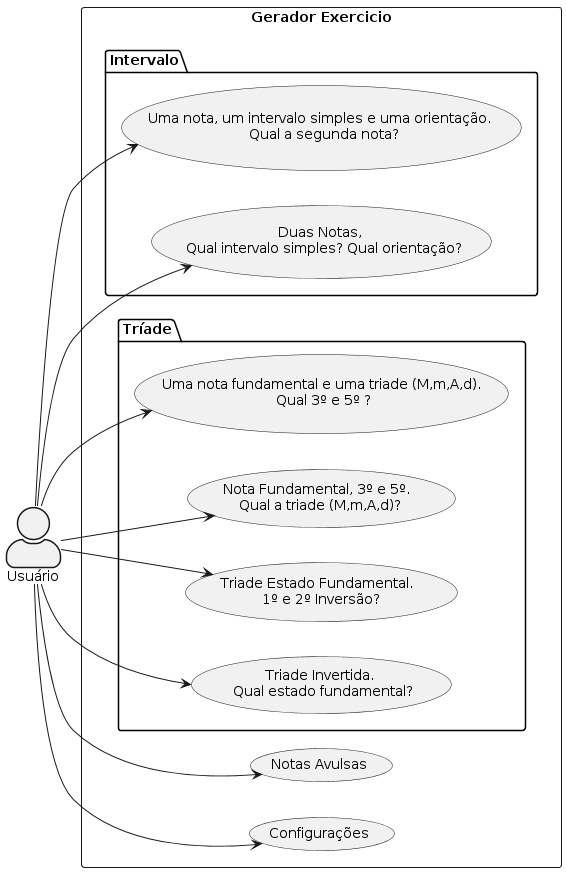
Above: c++/projects/notas/documetation/usecase.png in marcuswlima/learning (PlantUML), before the change.
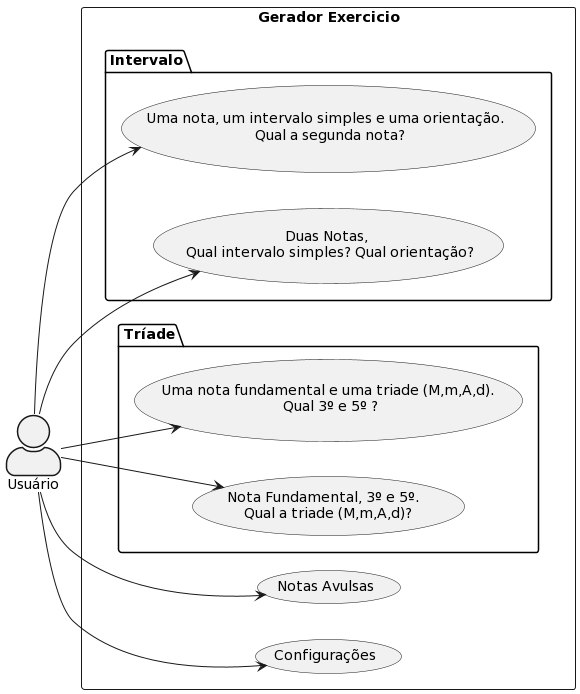
Above is the later version.

Change to the diagram source:
```diff
@@ -10,8 +10,6 @@
     Package "Tríade"{
      "Uma nota fundamental e uma triade (M,m,A,d).\n Qual 3º e 5º ?" as (Use03)
      "Nota Fundamental, 3º e 5º. \n Qual a triade (M,m,A,d)?" as (Use04)
-     "Triade Estado Fundamental. \n 1º e 2º Inversão?" as (Use05)
-     "Triade Invertida. \n Qual estado fundamental?" as (Use06)
     }
     "Configurações"as (Use07)
 }
@@ -19,8 +17,6 @@
 :Usuário: --> (Use02)
 :Usuário: --> (Use03)
 :Usuário: --> (Use04)
-:Usuário: --> (Use05)
-:Usuário: --> (Use06)
 :Usuário: --> (Use07)
 :Usuário: --> (Use08)
 @enduml
```
